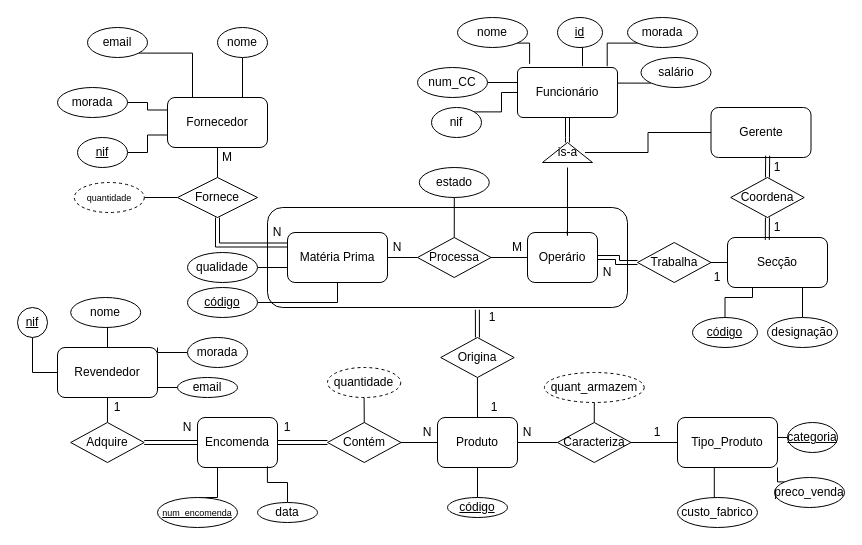
Earlier version of the draw.io diagram Outros/DER_PassoFirme.drawio (miguel-silva48/BD-ProjetoFinal). Source tidied: cells renumbered, new cells numbered last; positions are measured from the earlier drawing's top-left corner, leaving out a move shared by most shapes. Both pictures are drawn from the tidied source at 100%, with x=0, y=0 at pixel (17, 17).
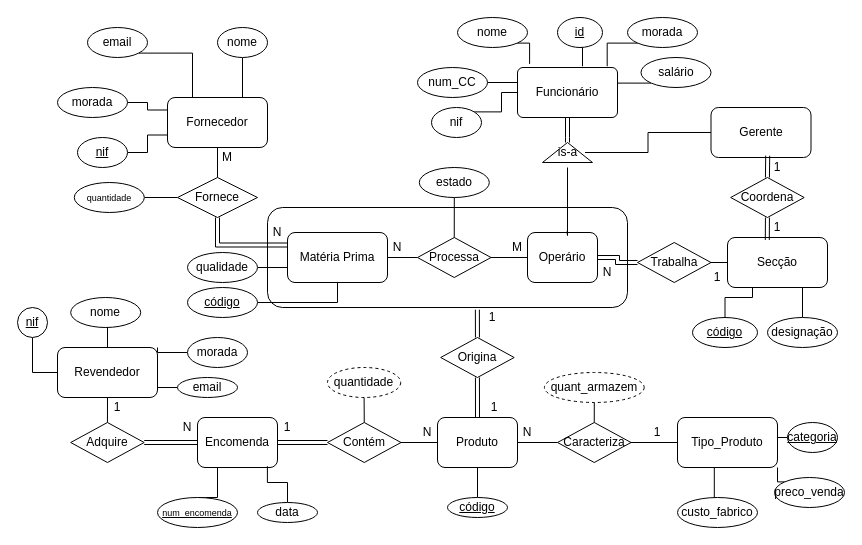
After the change.

Commit message (it also covers changes not shown here):
update DER, relatorio DER/ER

Unchanged cells that the change refers to:
```xml
<mxCell id="14" value="Produto" style="rounded=1;whiteSpace=wrap;html=1;" parent="1" vertex="1">
  <mxGeometry x="420" y="400" width="80" height="50" as="geometry" />
</mxCell>
<mxCell id="23" value="Origina" style="rhombus;whiteSpace=wrap;html=1;" parent="1" vertex="1">
  <mxGeometry x="423.2" y="320" width="73.5" height="40" as="geometry" />
</mxCell>
```

Diff of the diagram source:
```diff
@@
-    <mxCell id="13" style="edgeStyle=orthogonalEdgeStyle;rounded=0;jettySize=auto;html=1;exitX=0.5;exitY=0;exitDx=0;exitDy=0;entryX=0.5;entryY=1;entryDx=0;entryDy=0;endArrow=none;endFill=0;" parent="1" edge="1" source="14" target="23">
+    <mxCell id="13" style="edgeStyle=orthogonalEdgeStyle;rounded=0;jettySize=auto;html=1;exitX=0.5;exitY=0;exitDx=0;exitDy=0;entryX=0.5;entryY=1;entryDx=0;entryDy=0;endArrow=none;endFill=0;shape=link;" parent="1" edge="1" source="14" target="23">
       <mxGeometry relative="1" as="geometry" />
     </mxCell>
@@
-    <mxCell id="68" value="&lt;font style=&quot;font-size: 9px;&quot;&gt;quantidade&lt;/font&gt;" style="ellipse;whiteSpace=wrap;html=1;dashed=1;" parent="1" vertex="1">
+    <mxCell id="68" value="&lt;font style=&quot;font-size: 9px;&quot;&gt;quantidade&lt;/font&gt;" style="ellipse;whiteSpace=wrap;html=1;" parent="1" vertex="1">
       <mxGeometry x="56.8" y="165" width="70" height="30" as="geometry" />
     </mxCell>
```
